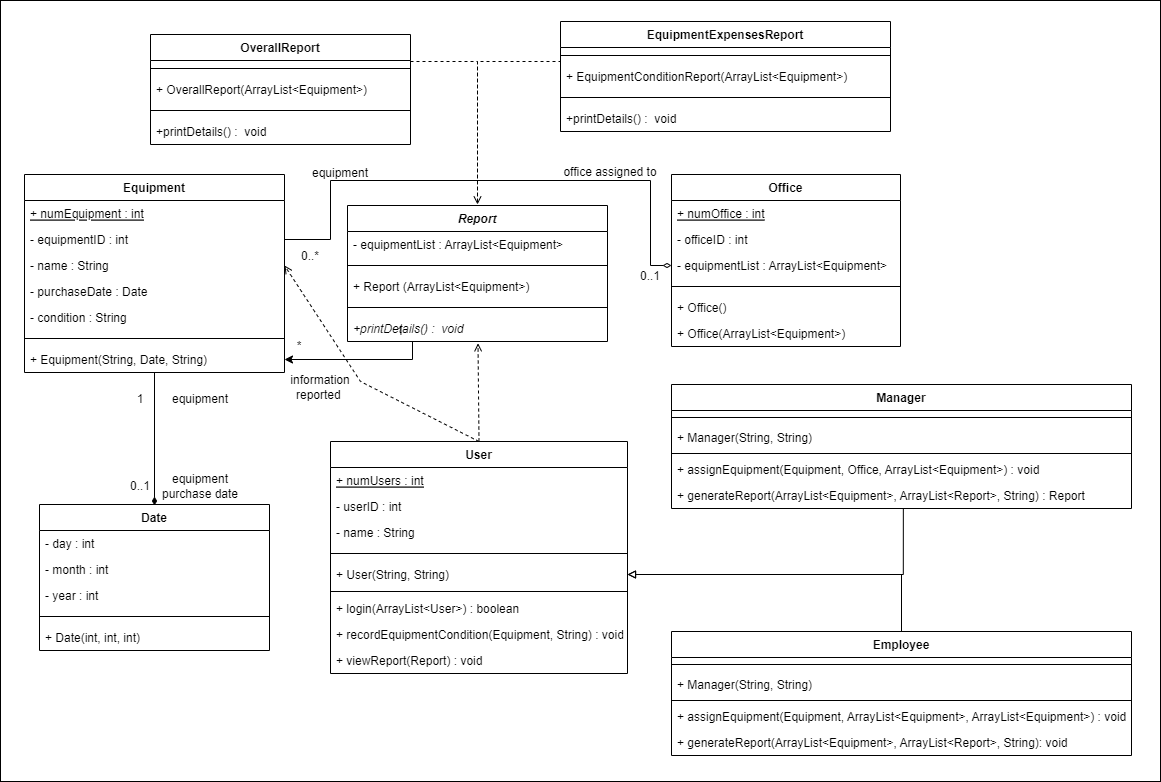
Earlier version of the draw.io export UMLS/Class Diagram.drawio.png (KillaDrex/Asset-Acquisition-Monitoring-System). Source tidied: cells renumbered, new cells last; positions are measured from the earlier drawing's top-left corner, leaving out a move shared by most shapes.
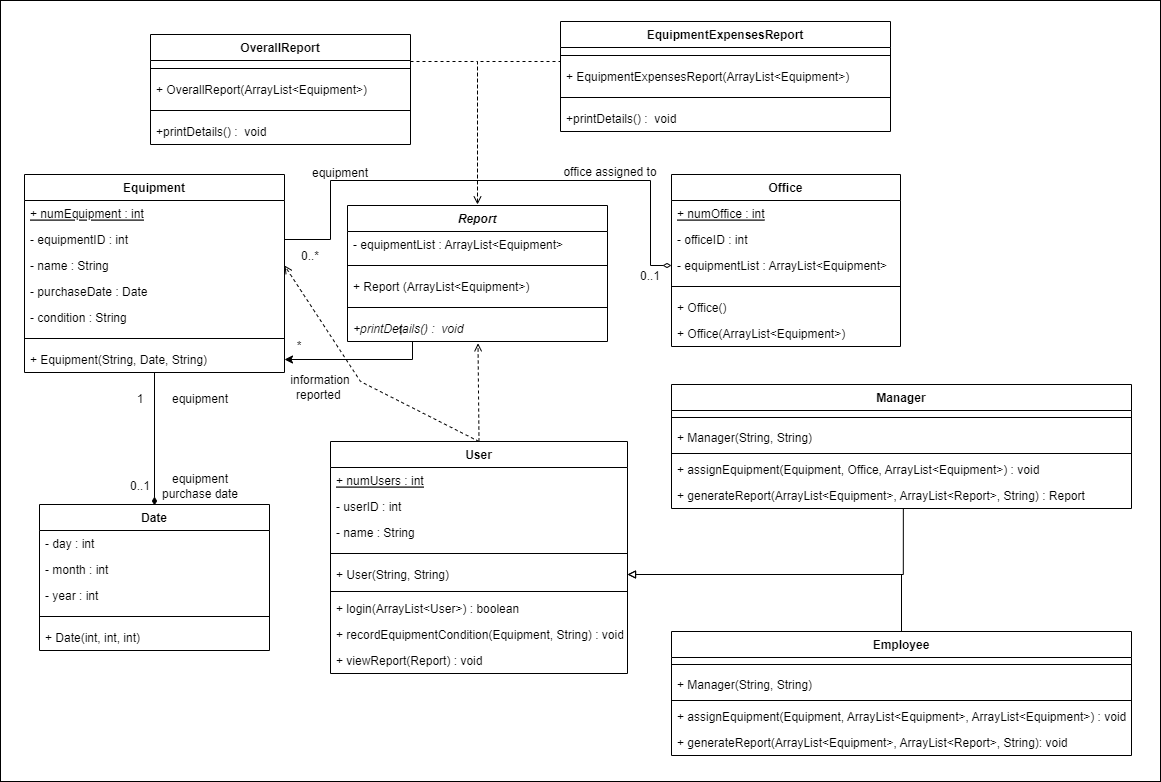
After the change.

Commit message:
Updated class diagram

Change to the diagram source:
```diff
@@ -195,7 +195,7 @@
     <mxCell id="58" style="line;strokeWidth=1;fillColor=none;align=left;verticalAlign=middle;spacingTop=-1;spacingLeft=3;spacingRight=3;labelPosition=right;" parent="57" vertex="1">
       <mxGeometry y="26" width="330" height="16" as="geometry" />
     </mxCell>
-    <mxCell id="59" value="+ EquipmentConditionReport(ArrayList&lt;Equipment&gt;)" style="text;strokeColor=none;fillColor=none;align=left;verticalAlign=top;spacingLeft=4;spacingRight=4;overflow=hidden;" parent="57" vertex="1">
+    <mxCell id="59" value="+ EquipmentExpensesReport(ArrayList&lt;Equipment&gt;)" style="text;strokeColor=none;fillColor=none;align=left;verticalAlign=top;spacingLeft=4;spacingRight=4;overflow=hidden;" parent="57" vertex="1">
       <mxGeometry y="42" width="330" height="26" as="geometry" />
     </mxCell>
     <mxCell id="60" style="line;strokeWidth=1;fillColor=none;align=left;verticalAlign=middle;spacingTop=-1;spacingLeft=3;spacingRight=3;labelPosition=right;" parent="57" vertex="1">
```
